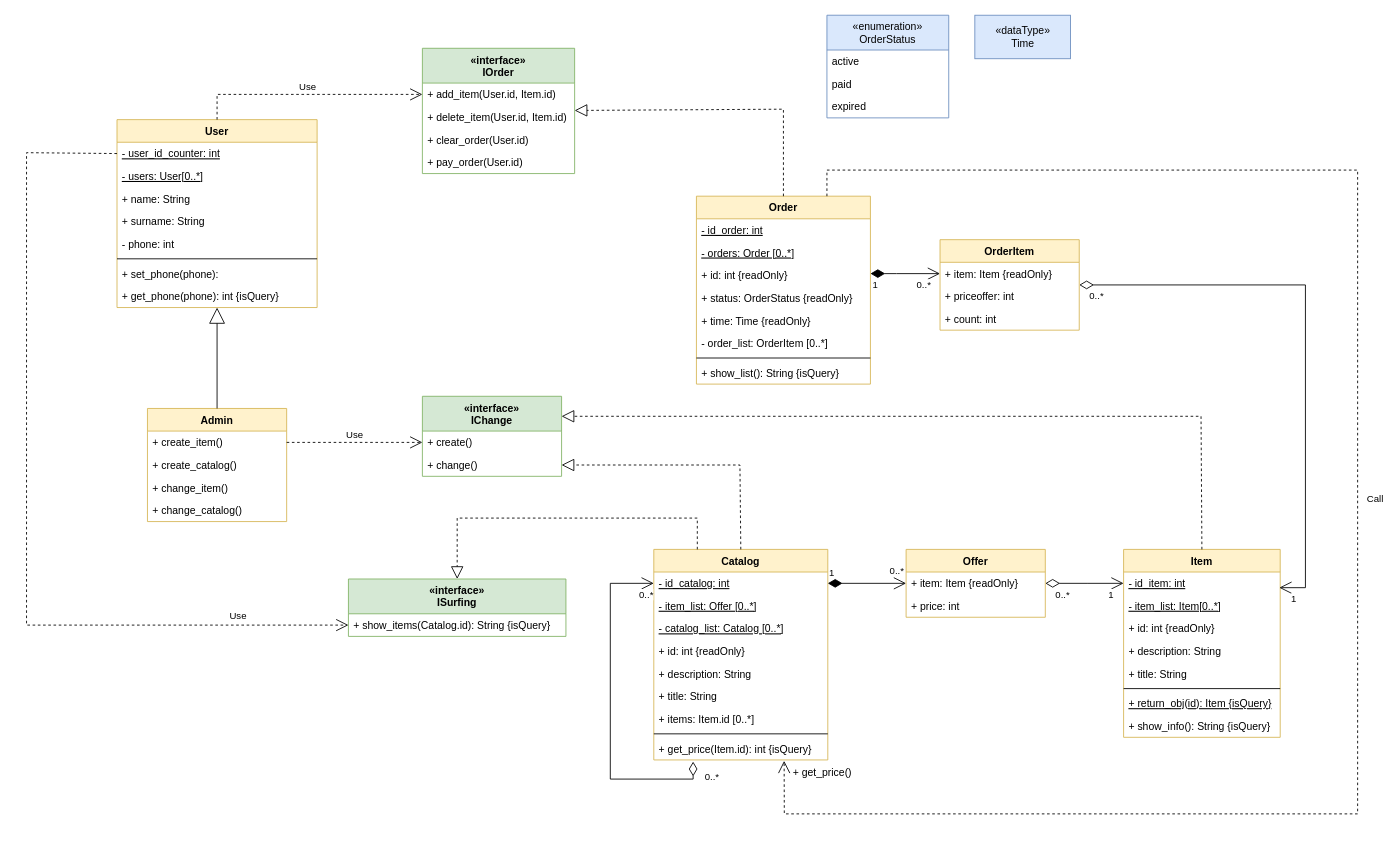
This is shop.drawio from KolyanPWNZ/30_lesson, a draw.io file, before an edit. Source tidied: cells renumbered, new cells numbered last; positions are measured from the earlier drawing's top-left corner, leaving out a move shared by most shapes. Both pictures are drawn from the tidied source at 87%, with x=0, y=0 at pixel (26, 15).
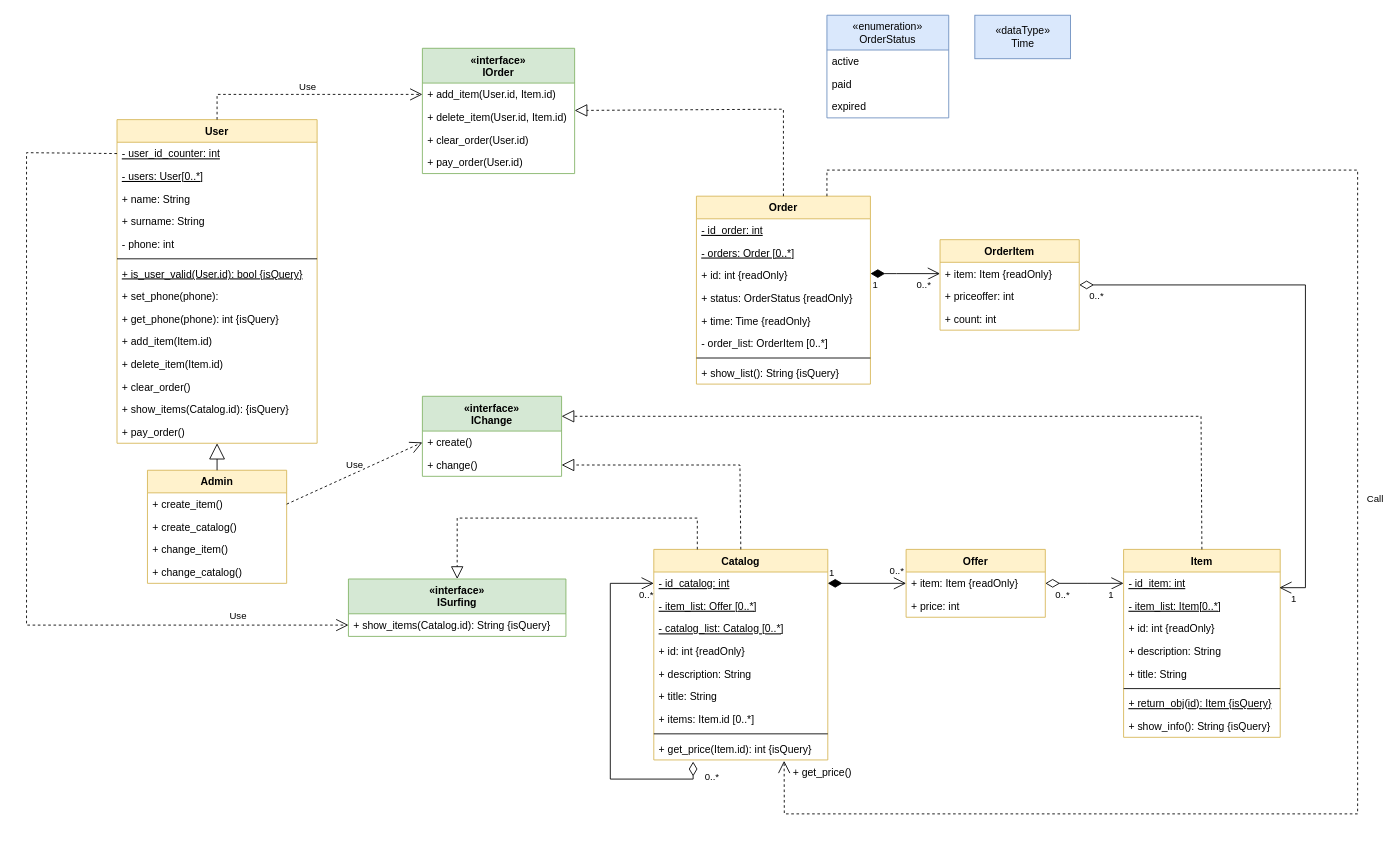
Above is the later version.

Change to the diagram source:
```diff
@@
     <mxCell id="2" value="User" style="swimlane;fontStyle=1;align=center;verticalAlign=top;horizontal=1;startSize=26;fillColor=#fff2cc;strokeColor=#d6b656;" parent="1" vertex="1">
-      <mxGeometry x="104" y="120" width="230" height="216" as="geometry" />
+      <mxGeometry x="104" y="120" width="230" height="372" as="geometry" />
     </mxCell>
@@
+    <mxCell id="90" value="+ is_user_valid(User.id): bool {isQuery}" style="text;strokeColor=none;fillColor=none;align=left;verticalAlign=top;spacingLeft=4;spacingRight=4;overflow=hidden;fontStyle=4;" parent="2" vertex="1">
+      <mxGeometry y="164" width="230" height="26" as="geometry" />
+    </mxCell>
     <mxCell id="9" value="+ set_phone(phone):" style="text;strokeColor=none;fillColor=none;align=left;verticalAlign=top;spacingLeft=4;spacingRight=4;overflow=hidden;" parent="2" vertex="1">
-      <mxGeometry y="164" width="230" height="26" as="geometry" />
+      <mxGeometry y="190" width="230" height="26" as="geometry" />
     </mxCell>
     <mxCell id="10" value="+ get_phone(phone): int {isQuery}" style="text;strokeColor=none;fillColor=none;align=left;verticalAlign=top;spacingLeft=4;spacingRight=4;overflow=hidden;" parent="2" vertex="1">
-      <mxGeometry y="190" width="230" height="26" as="geometry" />
+      <mxGeometry y="216" width="230" height="26" as="geometry" />
     </mxCell>
+    <mxCell id="91" value="+ add_item(Item.id)" style="text;strokeColor=none;fillColor=none;align=left;verticalAlign=top;spacingLeft=4;spacingRight=4;overflow=hidden;" parent="2" vertex="1">
+      <mxGeometry y="242" width="230" height="26" as="geometry" />
+    </mxCell>
+    <mxCell id="92" value="+ delete_item(Item.id)" style="text;strokeColor=none;fillColor=none;align=left;verticalAlign=top;spacingLeft=4;spacingRight=4;overflow=hidden;" parent="2" vertex="1">
+      <mxGeometry y="268" width="230" height="26" as="geometry" />
+    </mxCell>
+    <mxCell id="93" value="+ clear_order()" style="text;strokeColor=none;fillColor=none;align=left;verticalAlign=top;spacingLeft=4;spacingRight=4;overflow=hidden;" parent="2" vertex="1">
+      <mxGeometry y="294" width="230" height="26" as="geometry" />
+    </mxCell>
+    <mxCell id="94" value="+ show_items(Catalog.id): {isQuery}" style="text;strokeColor=none;fillColor=none;align=left;verticalAlign=top;spacingLeft=4;spacingRight=4;overflow=hidden;" parent="2" vertex="1">
+      <mxGeometry y="320" width="230" height="26" as="geometry" />
+    </mxCell>
+    <mxCell id="95" value="+ pay_order()" style="text;strokeColor=none;fillColor=none;align=left;verticalAlign=top;spacingLeft=4;spacingRight=4;overflow=hidden;" parent="2" vertex="1">
+      <mxGeometry y="346" width="230" height="26" as="geometry" />
+    </mxCell>
     <mxCell id="11" value="Admin" style="swimlane;fontStyle=1;align=center;verticalAlign=top;horizontal=1;startSize=26;fillColor=#fff2cc;strokeColor=#d6b656;" parent="1" vertex="1">
-      <mxGeometry x="139" y="452" width="160" height="130" as="geometry" />
+      <mxGeometry x="139" y="523" width="160" height="130" as="geometry" />
     </mxCell>
```
